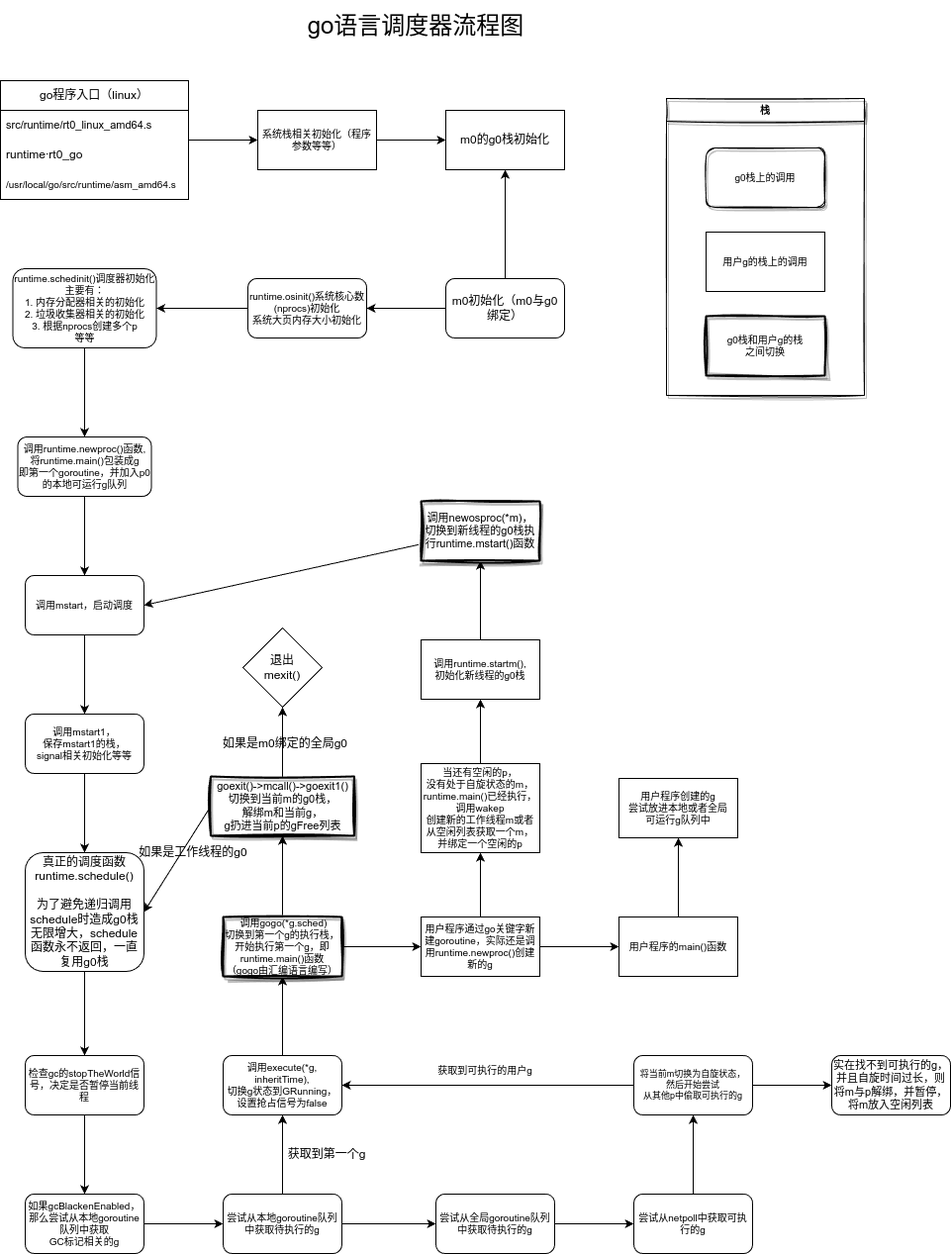
The draw.io diagram go_sched.png in moqsien/img_repo, before a commit. Source tidied: cells renumbered, new cells last; positions are measured from the earlier drawing's top-left corner, leaving out a move shared by most shapes.
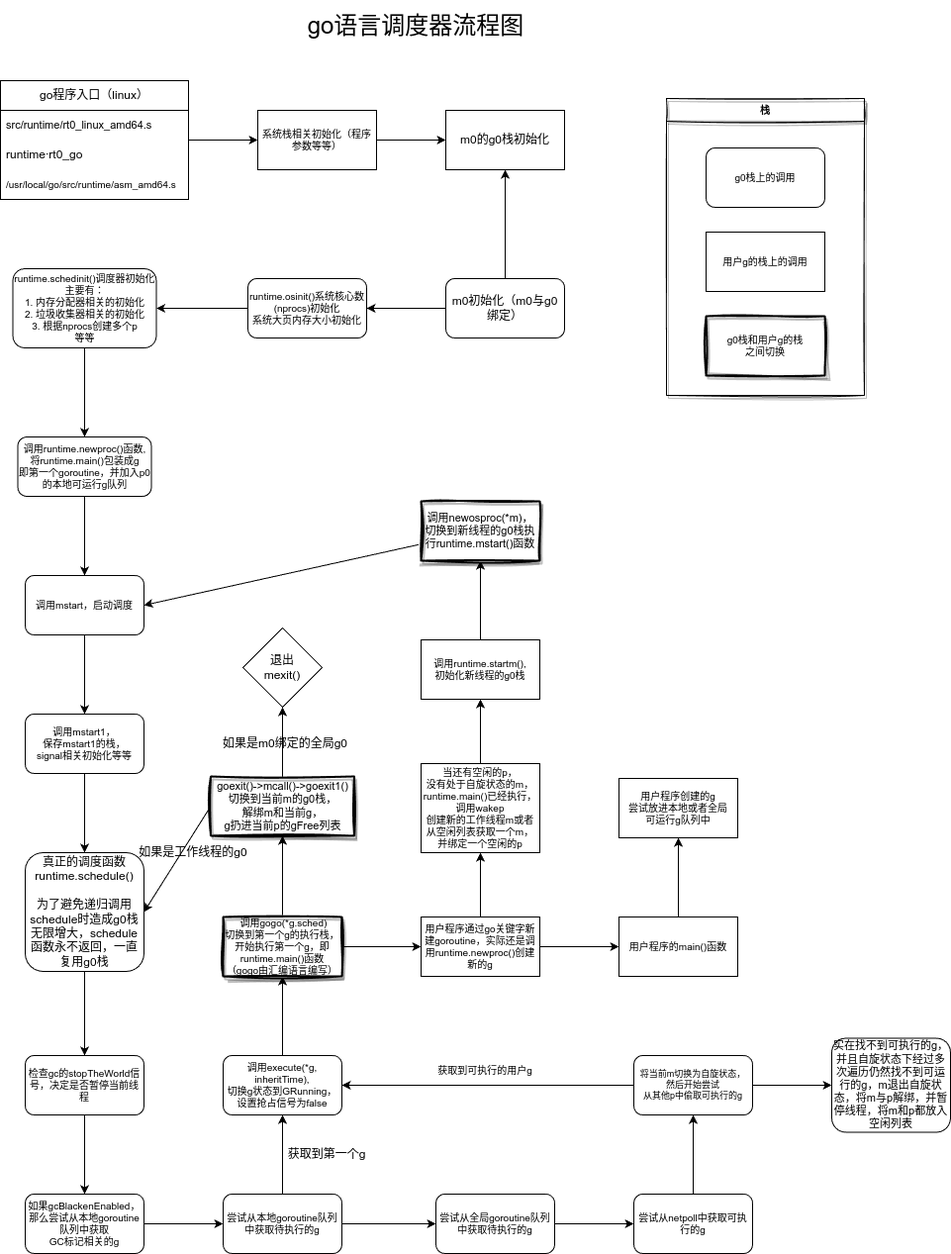
Later version of the same file.

Diff of the diagram source:
```diff
@@ -110,8 +110,8 @@
     <mxCell id="37" value="&lt;span style=&quot;font-size: 9px;&quot;&gt;将当前m切换为自旋状态，&lt;/span&gt;&lt;br style=&quot;font-size: 9px;&quot;&gt;&lt;span style=&quot;font-size: 9px;&quot;&gt;然后开始尝试&lt;/span&gt;&lt;br style=&quot;font-size: 9px;&quot;&gt;&lt;span style=&quot;font-size: 9px;&quot;&gt;从其他p中偷取可执行的g&lt;/span&gt;" style="whiteSpace=wrap;html=1;fontSize=7;fontStyle=0;startSize=30;rounded=1;" parent="1" vertex="1">
       <mxGeometry x="640" y="1065" width="120" height="60" as="geometry" />
     </mxCell>
-    <mxCell id="38" value="&lt;span style=&quot;font-size: 11px;&quot;&gt;实在找不到可执行的g，并且自旋时间过长，则将m与p解绑，并暂停，将m放入空闲列表&lt;/span&gt;" style="whiteSpace=wrap;html=1;fontSize=7;fontStyle=0;startSize=30;rounded=1;" parent="1" vertex="1">
-      <mxGeometry x="840" y="1065" width="120" height="60" as="geometry" />
+    <mxCell id="38" value="&lt;span style=&quot;font-size: 11px;&quot;&gt;实在找不到可执行的g，并且自旋状态下经过多次遍历仍然找不到可运行的g，m退出自旋状态，将m与p解绑，并暂停线程，将m和p都放入空闲列表&lt;/span&gt;" style="whiteSpace=wrap;html=1;fontSize=7;fontStyle=0;startSize=30;rounded=1;" parent="1" vertex="1">
+      <mxGeometry x="840" y="1047.5" width="120" height="95" as="geometry" />
     </mxCell>
     <mxCell id="39" style="edgeStyle=none;html=1;fontSize=11;" parent="1" edge="1" source="41" target="43">
       <mxGeometry relative="1" as="geometry" />
@@ -185,7 +185,7 @@
     <mxCell id="62" value="栈" style="swimlane;whiteSpace=wrap;html=1;rounded=0;shadow=1;glass=0;sketch=1;fontSize=10;" parent="1" vertex="1">
       <mxGeometry x="673" y="98" width="200" height="300" as="geometry" />
     </mxCell>
-    <mxCell id="63" value="g0栈上的调用" style="rounded=1;whiteSpace=wrap;html=1;shadow=1;glass=0;sketch=1;fontSize=10;" parent="62" vertex="1">
+    <mxCell id="63" value="g0栈上的调用" style="rounded=1;whiteSpace=wrap;html=1;shadow=0;glass=0;fontSize=10;" parent="62" vertex="1">
       <mxGeometry x="40" y="50" width="120" height="60" as="geometry" />
     </mxCell>
     <mxCell id="64" value="用户g的栈上的调用" style="rounded=0;whiteSpace=wrap;html=1;shadow=0;glass=0;fontSize=10;" parent="62" vertex="1">
```
